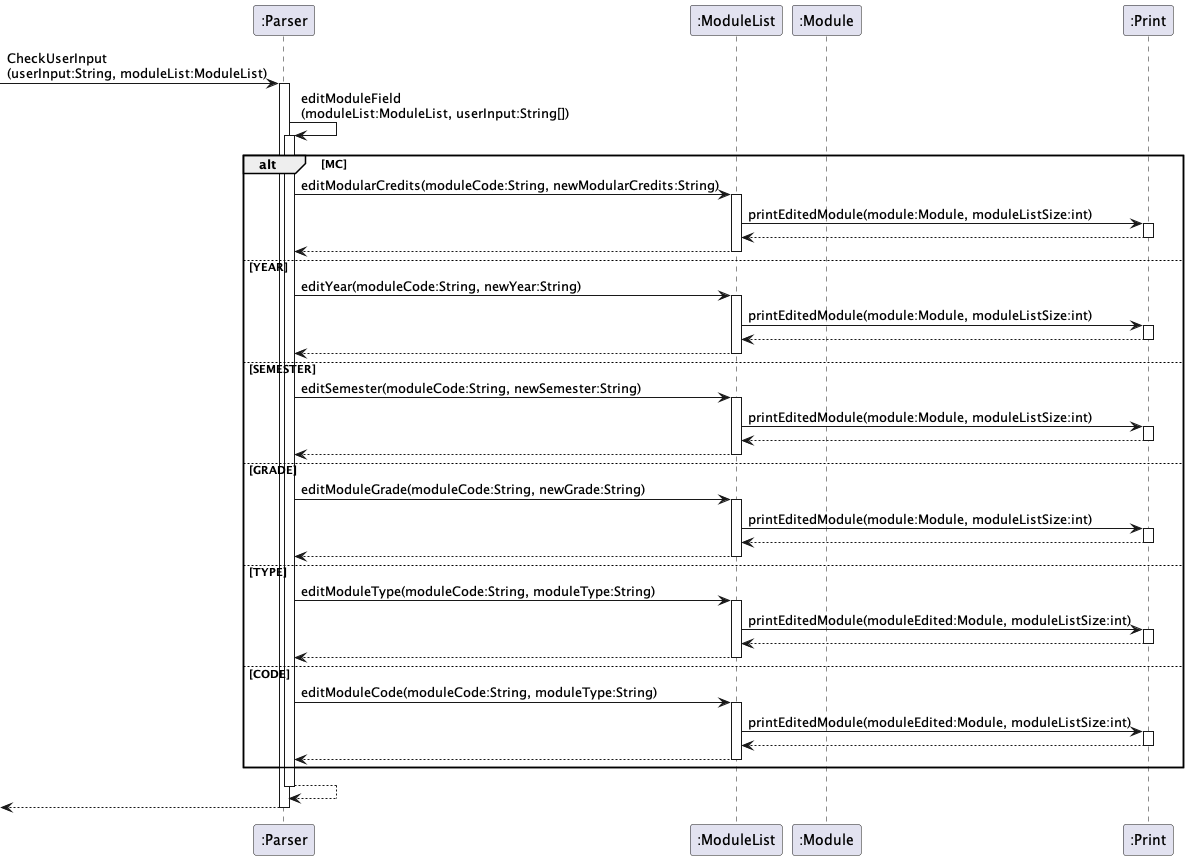
The PlantUML diagram docs/diagrams/EditCommand.png in saintzaw/tp, before a commit.
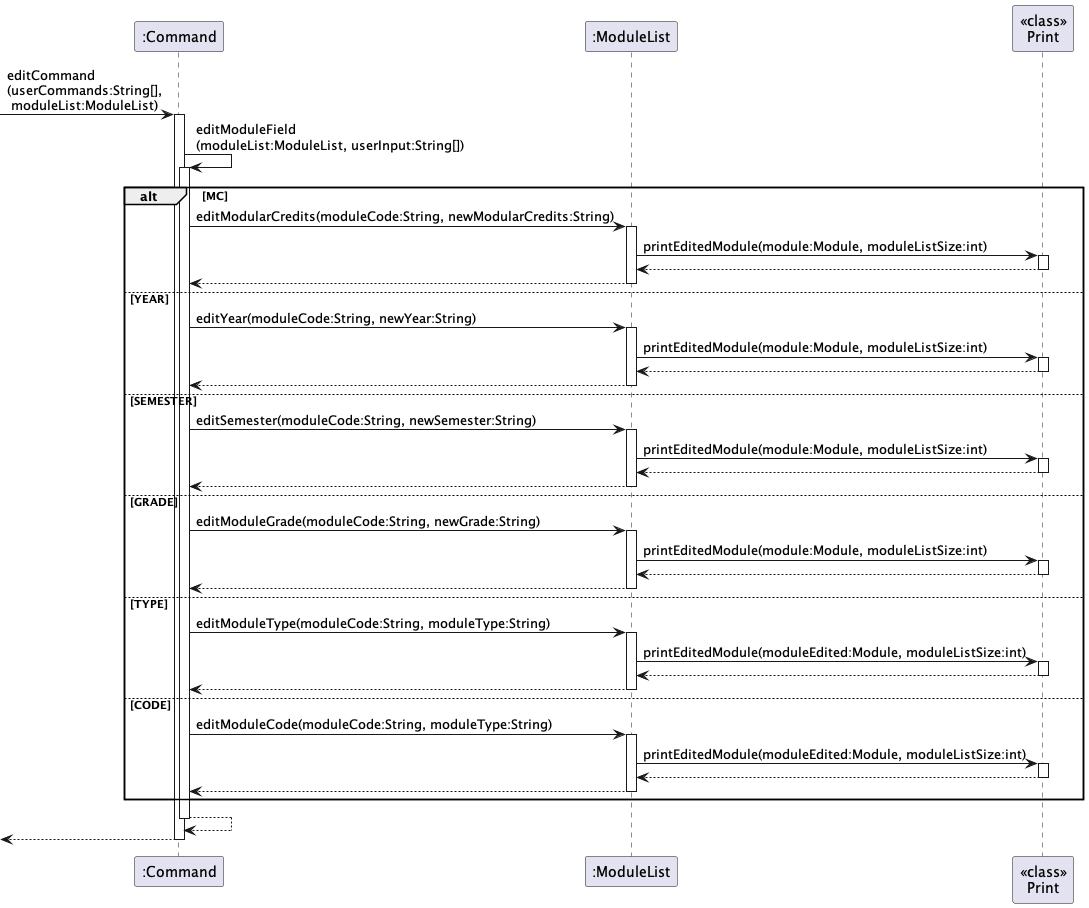
After the change.

Change to the diagram source:
```diff
@@ -1,74 +1,73 @@
 @startuml
 
-participant ":Parser" as Parser
+participant ":Command" as Command
 participant ":ModuleList" as ML
-participant ":Module" as Mod
-participant ":Print" as Print
-[->Parser : CheckUserInput\n(userInput:String, moduleList:ModuleList)
-activate Parser
-Parser -> Parser : editModuleField\n(moduleList:ModuleList, userInput:String[])
-activate Parser
+participant "<<class>>\nPrint" as Print
+[->Command : editCommand\n(userCommands:String[],\n moduleList:ModuleList)
+activate Command
+Command -> Command : editModuleField\n(moduleList:ModuleList, userInput:String[])
+activate Command
 
 
 alt MC
-    Parser -> ML : editModularCredits(moduleCode:String, newModularCredits:String)
+    Command -> ML : editModularCredits(moduleCode:String, newModularCredits:String)
     activate ML
     ML -> Print : printEditedModule(module:Module, moduleListSize:int)
     activate Print
     Print --> ML
     deactivate Print
-    ML --> Parser
+    ML --> Command
     deactivate ML
 else YEAR
-    Parser -> ML : editYear(moduleCode:String, newYear:String)
+    Command -> ML : editYear(moduleCode:String, newYear:String)
     activate ML
     ML -> Print : printEditedModule(module:Module, moduleListSize:int)
     activate Print
     Print --> ML
     deactivate Print
-    ML --> Parser
+    ML --> Command
     deactivate ML
 else SEMESTER
-    Parser -> ML : editSemester(moduleCode:String, newSemester:String)
+    Command -> ML : editSemester(moduleCode:String, newSemester:String)
     activate ML
     ML -> Print : printEditedModule(module:Module, moduleListSize:int)
     activate Print
     Print --> ML
     deactivate Print
-    ML --> Parser
+    ML --> Command
     deactivate ML
 else GRADE
-    Parser -> ML : editModuleGrade(moduleCode:String, newGrade:String)
+    Command -> ML : editModuleGrade(moduleCode:String, newGrade:String)
     activate ML
     ML -> Print : printEditedModule(module:Module, moduleListSize:int)
     activate Print
     Print --> ML
     deactivate Print
-    ML --> Parser
+    ML --> Command
     deactivate ML
 else TYPE
-    Parser -> ML : editModuleType(moduleCode:String, moduleType:String)
+    Command -> ML : editModuleType(moduleCode:String, moduleType:String)
     activate ML
-        ML -> Print : printEditedModule(moduleEdited:Module, moduleListSize:int)
-        activate Print
-        Print --> ML
-        deactivate Print
-    ML --> Parser
+    ML -> Print : printEditedModule(moduleEdited:Module, moduleListSize:int)
+    activate Print
+    Print --> ML
+    deactivate Print
+    ML --> Command
     deactivate ML
 else CODE
-    Parser -> ML : editModuleCode(moduleCode:String, moduleType:String)
+    Command -> ML : editModuleCode(moduleCode:String, moduleType:String)
     activate ML
-        ML -> Print : printEditedModule(moduleEdited:Module, moduleListSize:int)
-        activate Print
-        Print --> ML
-        deactivate Print
-    ML --> Parser
+    ML -> Print : printEditedModule(moduleEdited:Module, moduleListSize:int)
+    activate Print
+    Print --> ML
+    deactivate Print
+    ML --> Command
     deactivate ML
 end
-Parser --> Parser
-deactivate Parser
+Command --> Command
+deactivate Command
 
-Parser-->[
-deactivate Parser
+Command-->[
+deactivate Command
 
 @enduml
```
